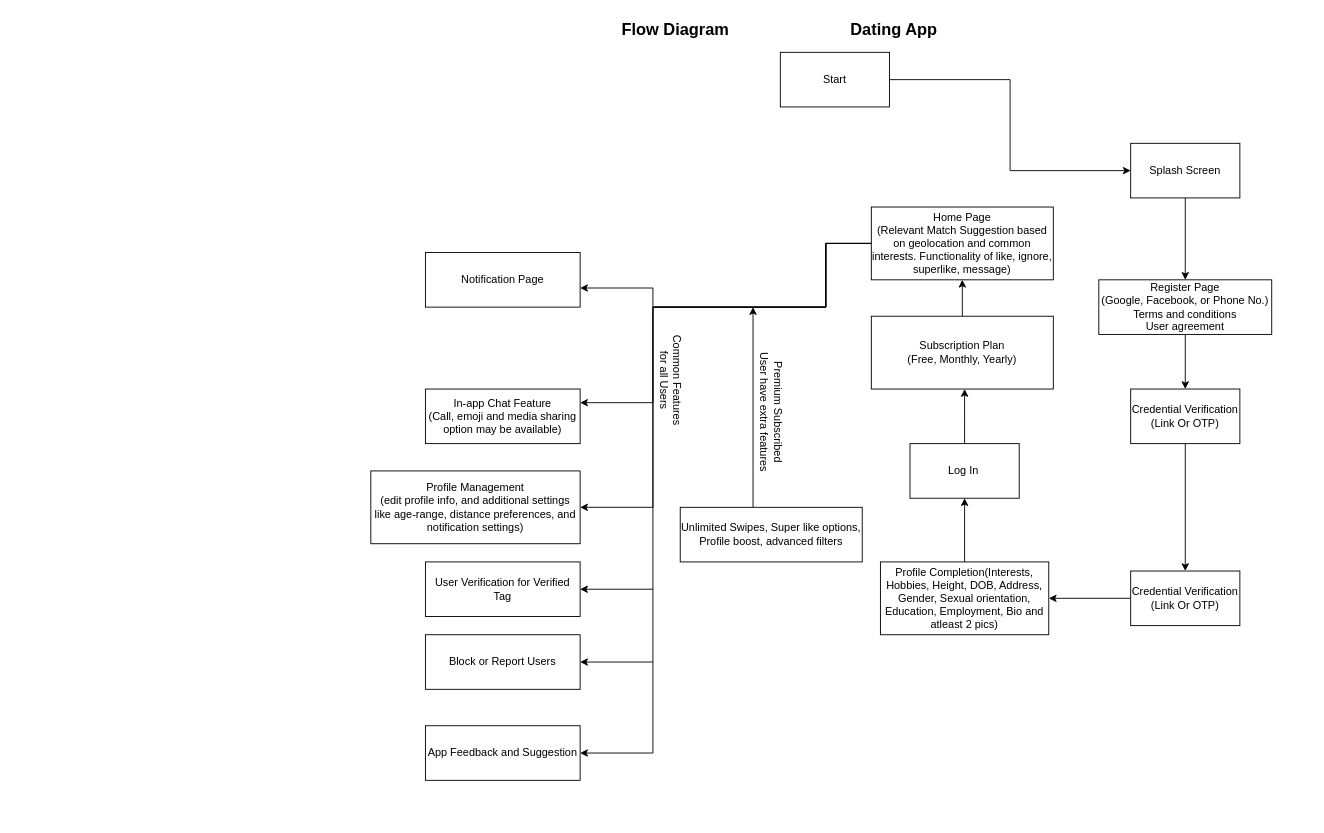
This is Matrimony Diagram.drawio from Ritikup/Database-Diagrams, a draw.io file, before an edit. Source tidied: cells renumbered, new cells numbered last; positions are measured from the earlier drawing's top-left corner, leaving out a move shared by most shapes. Both pictures are drawn from the tidied source at 91%, with x=0, y=0 at pixel (370, 15).
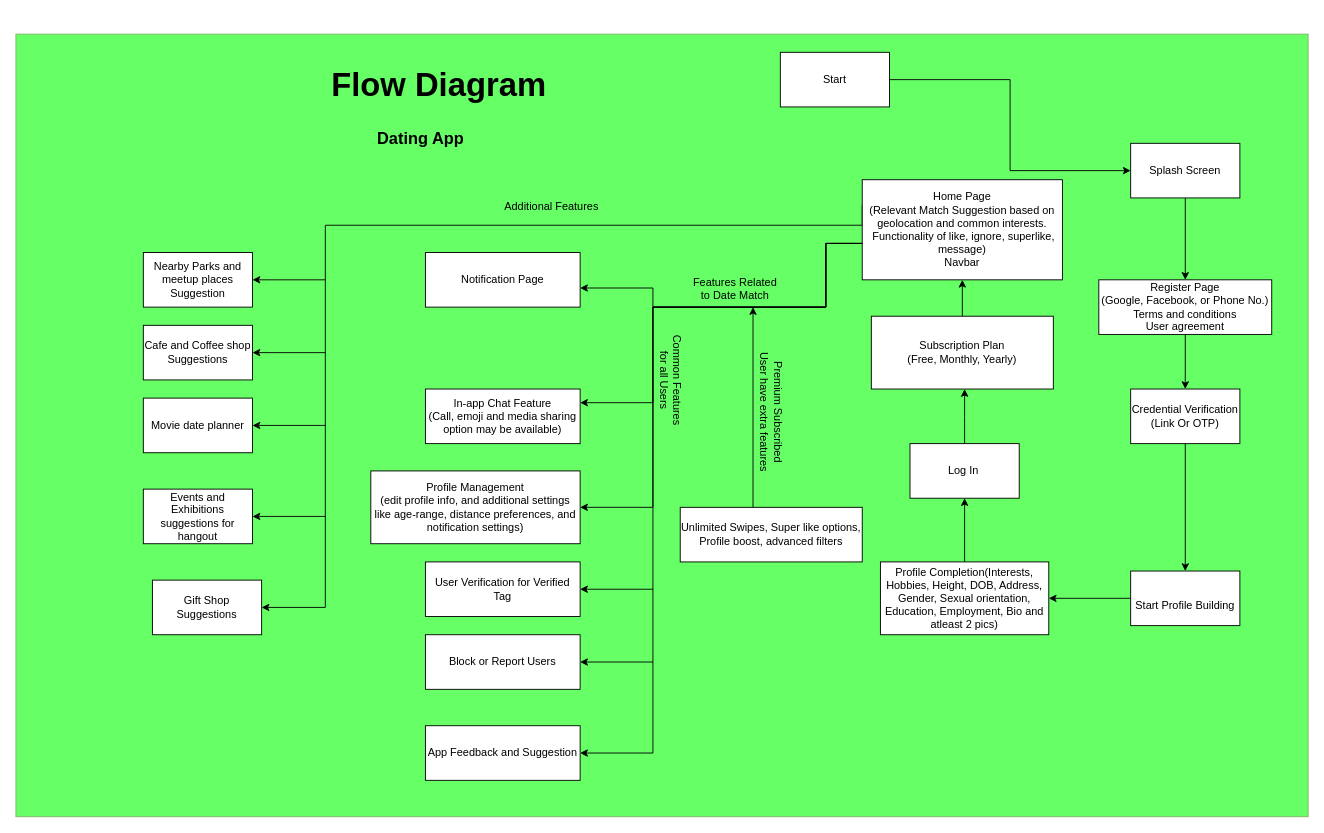
After the change.

What changed in the source:
```diff
@@
+    <mxCell id="37" style="rounded=0;whiteSpace=wrap;html=1;fillColor=#66FF66;strokeColor=#82b366;" parent="1" vertex="1">
+      <mxGeometry x="-390" y="20" width="1420" height="860" as="geometry" />
+    </mxCell>
@@
-    <mxCell id="4" value="&lt;b&gt;&lt;font style=&quot;font-size: 18px;&quot;&gt;Flow Diagram&lt;/font&gt;&lt;/b&gt;" style="text;html=1;strokeColor=none;fillColor=none;align=center;verticalAlign=middle;whiteSpace=wrap;rounded=0;" parent="1" vertex="1">
-      <mxGeometry x="180" width="310" height="30" as="geometry" />
+    <mxCell id="4" value="&lt;b&gt;&lt;font style=&quot;font-size: 36px;&quot;&gt;Flow Diagram&lt;/font&gt;&lt;/b&gt;" style="text;html=1;strokeColor=none;fillColor=none;align=center;verticalAlign=middle;whiteSpace=wrap;rounded=0;" parent="1" vertex="1">
+      <mxGeometry x="-80" y="30" width="310" height="90" as="geometry" />
     </mxCell>
@@
-    <mxCell id="12" value="Credential Verification&lt;br&gt;(Link Or OTP)" style="rounded=0;whiteSpace=wrap;html=1;" parent="1" vertex="1">
+    <mxCell id="12" value="&lt;br&gt;Start Profile Building" style="rounded=0;whiteSpace=wrap;html=1;" parent="1" vertex="1">
       <mxGeometry x="835" y="610" width="120" height="60" as="geometry" />
     </mxCell>
     <mxCell id="13" value="&lt;b&gt;&lt;font style=&quot;font-size: 18px;&quot;&gt;Dating App&lt;/font&gt;&lt;/b&gt;" style="text;html=1;strokeColor=none;fillColor=none;align=center;verticalAlign=middle;whiteSpace=wrap;rounded=0;" parent="1" vertex="1">
-      <mxGeometry x="420" width="310" height="30" as="geometry" />
+      <mxGeometry x="-100" y="120" width="310" height="30" as="geometry" />
     </mxCell>
@@
+    <mxCell id="38" style="edgeStyle=orthogonalEdgeStyle;rounded=0;jettySize=auto;html=1;exitX=0;exitY=0.25;exitDx=0;exitDy=0;" parent="1" edge="1" source="21" target="48">
+      <mxGeometry relative="1" as="geometry">
+        <Array as="points">
+          <mxPoint x="-50" y="230" />
+          <mxPoint x="-50" y="650" />
+        </Array>
+      </mxGeometry>
+    </mxCell>
-    <mxCell id="21" value="Home Page&lt;br&gt;(Relevant Match Suggestion based on geolocation and common interests. Functionality of like, ignore, superlike, message)" style="rounded=0;whiteSpace=wrap;html=1;" parent="1" vertex="1">
-      <mxGeometry x="550" y="210" width="200" height="80" as="geometry" />
+    <mxCell id="21" value="Home Page&lt;br&gt;(Relevant Match Suggestion based on geolocation and common interests.&lt;br&gt;&amp;nbsp;Functionality of like, ignore, superlike, message)&lt;br&gt;Navbar" style="rounded=0;whiteSpace=wrap;html=1;" parent="1" vertex="1">
+      <mxGeometry x="540" y="180" width="220" height="110" as="geometry" />
     </mxCell>
@@
+    <mxCell id="39" value="Features Related &lt;br&gt;to Date Match" style="text;html=1;align=center;verticalAlign=middle;strokeColor=none;fillColor=none;" parent="1" vertex="1">
+      <mxGeometry x="340" y="280" width="120" height="40" as="geometry" />
+    </mxCell>
+    <mxCell id="40" style="endArrow=classic;html=1;rounded=0;" parent="1" edge="1">
+      <mxGeometry relative="1" as="geometry">
+        <mxPoint x="-50" y="290" as="sourcePoint" />
+        <mxPoint x="-130" y="290" as="targetPoint" />
+      </mxGeometry>
+    </mxCell>
+    <mxCell id="41" value="Nearby Parks and meetup places Suggestion" style="rounded=0;whiteSpace=wrap;html=1;" parent="1" vertex="1">
+      <mxGeometry x="-250" y="260" width="120" height="60" as="geometry" />
+    </mxCell>
+    <mxCell id="42" style="endArrow=classic;html=1;rounded=0;" parent="1" edge="1">
+      <mxGeometry relative="1" as="geometry">
+        <mxPoint x="-50" y="370" as="sourcePoint" />
+        <mxPoint x="-130" y="370" as="targetPoint" />
+      </mxGeometry>
+    </mxCell>
+    <mxCell id="43" value="Cafe and Coffee shop Suggestions" style="rounded=0;whiteSpace=wrap;html=1;" parent="1" vertex="1">
+      <mxGeometry x="-250" y="340" width="120" height="60" as="geometry" />
+    </mxCell>
+    <mxCell id="44" style="endArrow=classic;html=1;rounded=0;" parent="1" edge="1">
+      <mxGeometry relative="1" as="geometry">
+        <mxPoint x="-50" y="450" as="sourcePoint" />
+        <mxPoint x="-130" y="450" as="targetPoint" />
+      </mxGeometry>
+    </mxCell>
+    <mxCell id="45" value="Movie date planner" style="rounded=0;whiteSpace=wrap;html=1;" parent="1" vertex="1">
+      <mxGeometry x="-250" y="420" width="120" height="60" as="geometry" />
+    </mxCell>
+    <mxCell id="46" style="endArrow=classic;html=1;rounded=0;" parent="1" edge="1">
+      <mxGeometry relative="1" as="geometry">
+        <mxPoint x="-50" y="550" as="sourcePoint" />
+        <mxPoint x="-130" y="550" as="targetPoint" />
+      </mxGeometry>
+    </mxCell>
+    <mxCell id="47" value="Events and Exhibitions suggestions for hangout" style="rounded=0;whiteSpace=wrap;html=1;" parent="1" vertex="1">
+      <mxGeometry x="-250" y="520" width="120" height="60" as="geometry" />
+    </mxCell>
+    <mxCell id="48" value="Gift Shop Suggestions" style="rounded=0;whiteSpace=wrap;html=1;" parent="1" vertex="1">
+      <mxGeometry x="-240" y="620" width="120" height="60" as="geometry" />
+    </mxCell>
+    <mxCell id="49" value="Additional Features&amp;nbsp;" style="text;html=1;align=center;verticalAlign=middle;strokeColor=none;fillColor=none;" parent="1" vertex="1">
+      <mxGeometry x="135" y="195" width="130" height="30" as="geometry" />
+    </mxCell>
```
